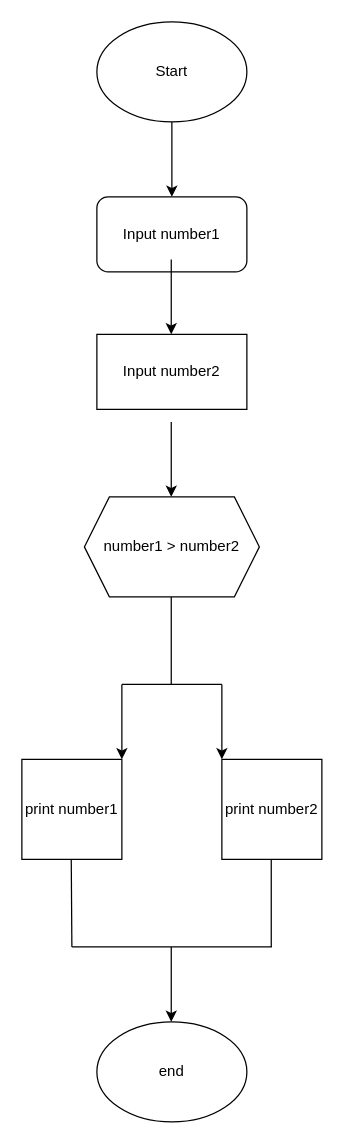
Earlier version of the draw.io diagram lab1.drawio (TimothyRed7/codespaces-blank). Source tidied: cells renumbered, new cells numbered last; positions are measured from the earlier drawing's top-left corner, leaving out a move shared by most shapes. Both pictures are drawn from the tidied source at 125%, with x=0, y=0 at pixel (21, 21).
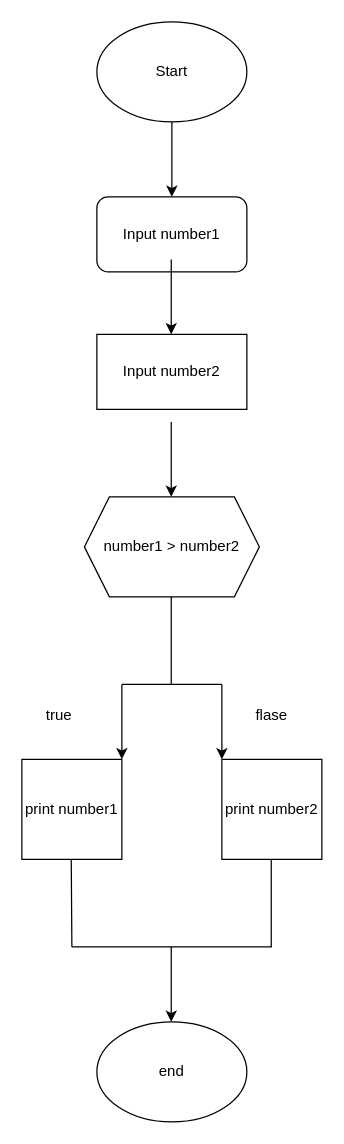
Above is the later version.

Diff of the diagram source:
```diff
@@
+    <mxCell id="20" value="true" style="text;strokeColor=none;align=center;fillColor=none;html=1;verticalAlign=middle;whiteSpace=wrap;rounded=0;" parent="1" vertex="1">
+      <mxGeometry y="540" width="60" height="30" as="geometry" />
+    </mxCell>
+    <mxCell id="21" value="flase" style="text;strokeColor=none;align=center;fillColor=none;html=1;verticalAlign=middle;whiteSpace=wrap;rounded=0;" parent="1" vertex="1">
+      <mxGeometry x="170" y="540" width="60" height="30" as="geometry" />
+    </mxCell>
```
